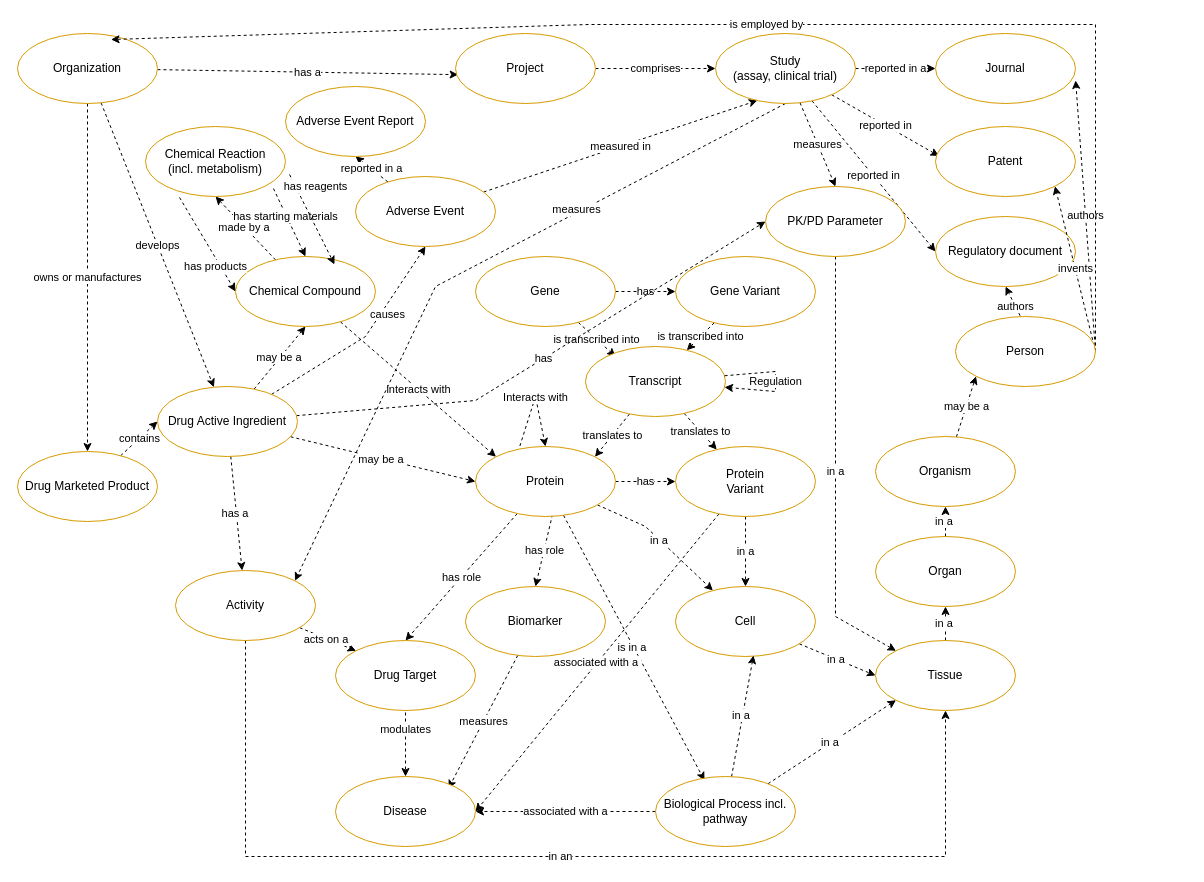
tim-elsevier/demos keeps this draw.io diagram as Entellect Upper Ontology.drawio. Above is the earlier version. Source tidied: cells renumbered, new cells numbered last; positions are measured from the earlier drawing's top-left corner, leaving out a move shared by most shapes. Both pictures are drawn from the tidied source at 100%, with x=0, y=0 at pixel (17, 24).
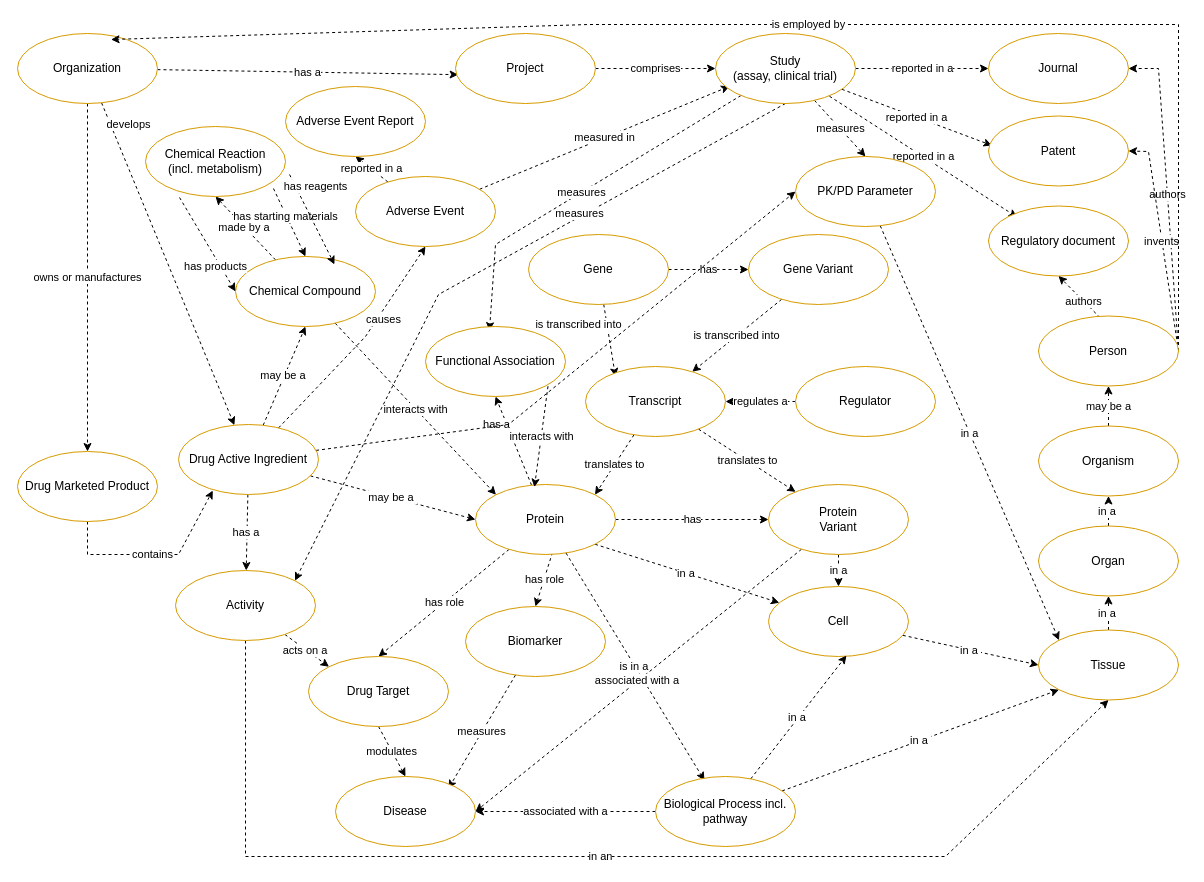
The same diagram, later.

The change refers to these unchanged cells:
```xml
<mxCell id="40" value="Activity" style="ellipse;whiteSpace=wrap;html=1;strokeColor=#D79B00;" parent="1" vertex="1">
  <mxGeometry x="158" y="546" width="140" height="70" as="geometry" />
</mxCell>
<mxCell id="42" value="Drug Marketed Product" style="ellipse;whiteSpace=wrap;html=1;strokeColor=#D79B00;" parent="1" vertex="1">
  <mxGeometry y="427" width="140" height="70" as="geometry" />
</mxCell>
<mxCell id="46" value="Organization" style="ellipse;whiteSpace=wrap;html=1;strokeColor=#D79B00;" parent="1" vertex="1">
  <mxGeometry y="9" width="140" height="70" as="geometry" />
</mxCell>
<mxCell id="48" value="Disease" style="ellipse;whiteSpace=wrap;html=1;strokeColor=#D79B00;" parent="1" vertex="1">
  <mxGeometry x="318" y="752" width="140" height="70" as="geometry" />
</mxCell>
<mxCell id="51" value="Adverse Event" style="ellipse;whiteSpace=wrap;html=1;strokeColor=#D79B00;" parent="1" vertex="1">
  <mxGeometry x="338" y="152" width="140" height="70" as="geometry" />
</mxCell>
<mxCell id="67" value="Study&lt;br&gt;(assay, clinical trial)" style="ellipse;whiteSpace=wrap;html=1;strokeColor=#D79B00;" parent="1" vertex="1">
  <mxGeometry x="698" y="9" width="140" height="70" as="geometry" />
</mxCell>
```

Change to the diagram source:
```diff
@@
-    <mxCell id="2" value="has" style="edgeStyle=orthogonalEdgeStyle;rounded=0;jettySize=auto;html=1;entryX=0;entryY=0.5;entryDx=0;entryDy=0;dashed=1;" parent="1" edge="1" source="7" target="13">
+    <mxCell id="2" value="has" style="edgeStyle=orthogonalEdgeStyle;rounded=0;jettySize=auto;html=1;entryX=0;entryY=0.5;entryDx=0;entryDy=0;dashed=1;exitX=1;exitY=0.5;exitDx=0;exitDy=0;" parent="1" edge="1" source="7" target="13">
       <mxGeometry relative="1" as="geometry">
         <Array as="points">
-          <mxPoint x="628" y="457" />
-          <mxPoint x="628" y="457" />
+          <mxPoint x="671" y="495" />
+          <mxPoint x="671" y="495" />
         </Array>
       </mxGeometry>
     </mxCell>
@@
-    <mxCell id="5" value="in a&amp;nbsp;" style="edgeStyle=none;rounded=0;jettySize=auto;html=1;dashed=1;" parent="1" edge="1" source="7" target="31">
-      <mxGeometry relative="1" as="geometry">
-        <Array as="points">
-          <mxPoint x="628" y="502" />
-        </Array>
-      </mxGeometry>
+    <mxCell id="5" value="in a&amp;nbsp;" style="edgeStyle=none;rounded=0;jettySize=auto;html=1;dashed=1;exitX=1;exitY=1;exitDx=0;exitDy=0;" parent="1" edge="1" source="7" target="31">
+      <mxGeometry relative="1" as="geometry" />
     </mxCell>
@@
+    <mxCell id="84" value="has a" style="edgeStyle=none;rounded=0;jettySize=auto;html=1;entryX=0.5;entryY=1;entryDx=0;entryDy=0;dashed=1;strokeColor=#000000;" parent="1" edge="1" source="7" target="87">
+      <mxGeometry x="0.46" y="11" relative="1" as="geometry">
+        <mxPoint x="1" as="offset" />
+      </mxGeometry>
+    </mxCell>
     <mxCell id="7" value="Protein" style="ellipse;whiteSpace=wrap;html=1;strokeColor=#D79B00;" parent="1" vertex="1">
-      <mxGeometry x="458" y="422" width="140" height="70" as="geometry" />
+      <mxGeometry x="458" y="460" width="140" height="70" as="geometry" />
     </mxCell>
@@
     <mxCell id="9" value="is transcribed into" style="edgeStyle=none;rounded=0;jettySize=auto;html=1;entryX=0.214;entryY=0.143;entryDx=0;entryDy=0;entryPerimeter=0;dashed=1;" parent="1" edge="1" source="10" target="80">
-      <mxGeometry relative="1" as="geometry" />
+      <mxGeometry x="-0.57" y="-28" relative="1" as="geometry" />
     </mxCell>
     <mxCell id="10" value="Gene" style="ellipse;whiteSpace=wrap;html=1;strokeColor=#D79B00;" parent="1" vertex="1">
-      <mxGeometry x="458" y="232" width="140" height="70" as="geometry" />
+      <mxGeometry x="511" y="210" width="140" height="70" as="geometry" />
     </mxCell>
@@
     <mxCell id="13" value="Protein&lt;br&gt;Variant" style="ellipse;whiteSpace=wrap;html=1;strokeColor=#D79B00;" parent="1" vertex="1">
-      <mxGeometry x="658" y="422" width="140" height="70" as="geometry" />
+      <mxGeometry x="751" y="460" width="140" height="70" as="geometry" />
     </mxCell>
@@
     <mxCell id="15" value="Gene Variant" style="ellipse;whiteSpace=wrap;html=1;strokeColor=#D79B00;" parent="1" vertex="1">
-      <mxGeometry x="658" y="232" width="140" height="70" as="geometry" />
+      <mxGeometry x="731" y="210" width="140" height="70" as="geometry" />
     </mxCell>
     <mxCell id="16" value="modulates" style="edgeStyle=none;rounded=0;jettySize=auto;html=1;exitX=0.5;exitY=1;exitDx=0;exitDy=0;entryX=0.5;entryY=0;entryDx=0;entryDy=0;dashed=1;" parent="1" edge="1" source="17" target="48">
-      <mxGeometry relative="1" as="geometry">
-        <Array as="points">
-          <mxPoint x="388" y="672" />
-        </Array>
-      </mxGeometry>
+      <mxGeometry relative="1" as="geometry" />
     </mxCell>
     <mxCell id="17" value="Drug Target" style="ellipse;whiteSpace=wrap;html=1;strokeColor=#D79B00;" parent="1" vertex="1">
-      <mxGeometry x="318" y="616" width="140" height="70" as="geometry" />
+      <mxGeometry x="291" y="632" width="140" height="70" as="geometry" />
     </mxCell>
@@
     <mxCell id="19" value="Biomarker" style="ellipse;whiteSpace=wrap;html=1;strokeColor=#D79B00;" parent="1" vertex="1">
-      <mxGeometry x="448" y="562" width="140" height="70" as="geometry" />
+      <mxGeometry x="448" y="582" width="140" height="70" as="geometry" />
     </mxCell>
@@
-    <mxCell id="25" value="has" style="edgeStyle=none;rounded=0;jettySize=auto;html=1;entryX=0;entryY=0.5;entryDx=0;entryDy=0;dashed=1;" parent="1" edge="1" source="26" target="69">
-      <mxGeometry relative="1" as="geometry">
+    <mxCell id="25" style="edgeStyle=none;rounded=0;jettySize=auto;html=1;entryX=0;entryY=0.5;entryDx=0;entryDy=0;dashed=1;" parent="1" edge="1" source="26" target="69">
+      <mxGeometry x="-0.71" y="-5" relative="1" as="geometry">
         <Array as="points">
-          <mxPoint x="458" y="376" />
+          <mxPoint x="491" y="400" />
         </Array>
       </mxGeometry>
     </mxCell>
     <mxCell id="26" value="Drug Active Ingredient" style="ellipse;whiteSpace=wrap;html=1;strokeColor=#D79B00;" parent="1" vertex="1">
-      <mxGeometry x="140" y="362" width="140" height="70" as="geometry" />
+      <mxGeometry x="161" y="400" width="140" height="70" as="geometry" />
     </mxCell>
@@
     <mxCell id="31" value="Cell" style="ellipse;whiteSpace=wrap;html=1;strokeColor=#D79B00;" parent="1" vertex="1">
-      <mxGeometry x="658" y="562" width="140" height="70" as="geometry" />
+      <mxGeometry x="751" y="562" width="140" height="70" as="geometry" />
     </mxCell>
@@
     <mxCell id="33" value="Tissue" style="ellipse;whiteSpace=wrap;html=1;strokeColor=#D79B00;" parent="1" vertex="1">
-      <mxGeometry x="858" y="616" width="140" height="70" as="geometry" />
+      <mxGeometry x="1021" y="605.5" width="140" height="70" as="geometry" />
     </mxCell>
@@
     <mxCell id="35" value="Organ" style="ellipse;whiteSpace=wrap;html=1;strokeColor=#D79B00;" parent="1" vertex="1">
-      <mxGeometry x="858" y="512" width="140" height="70" as="geometry" />
+      <mxGeometry x="1021" y="501.5" width="140" height="70" as="geometry" />
     </mxCell>
-    <mxCell id="36" value="may be a" style="edgeStyle=none;rounded=0;jettySize=auto;html=1;entryX=0;entryY=1;entryDx=0;entryDy=0;dashed=1;strokeColor=#000000;" parent="1" edge="1" source="37" target="77">
+    <mxCell id="36" value="may be a" style="edgeStyle=none;rounded=0;jettySize=auto;html=1;dashed=1;strokeColor=#000000;exitX=0.5;exitY=0;exitDx=0;exitDy=0;" parent="1" edge="1" source="37" target="77">
       <mxGeometry relative="1" as="geometry" />
     </mxCell>
     <mxCell id="37" value="Organism" style="ellipse;whiteSpace=wrap;html=1;strokeColor=#D79B00;" parent="1" vertex="1">
-      <mxGeometry x="858" y="412" width="140" height="70" as="geometry" />
+      <mxGeometry x="1021" y="401.5" width="140" height="70" as="geometry" />
     </mxCell>
@@
-    <mxCell id="41" value="contains" style="edgeStyle=none;rounded=0;jettySize=auto;html=1;entryX=0;entryY=0.5;entryDx=0;entryDy=0;dashed=1;" parent="1" edge="1" source="42" target="26">
-      <mxGeometry relative="1" as="geometry" />
+    <mxCell id="41" value="contains" style="edgeStyle=none;rounded=0;jettySize=auto;html=1;entryX=0.245;entryY=0.943;entryDx=0;entryDy=0;dashed=1;exitX=0.5;exitY=1;exitDx=0;exitDy=0;entryPerimeter=0;" parent="1" edge="1" source="42" target="26">
+      <mxGeometry relative="1" as="geometry">
+        <Array as="points">
+          <mxPoint x="70" y="530" />
+          <mxPoint x="161" y="530" />
+        </Array>
+      </mxGeometry>
     </mxCell>
@@
     <mxCell id="44" value="develops" style="edgeStyle=none;rounded=0;jettySize=auto;html=1;dashed=1;" parent="1" edge="1" source="46" target="26">
-      <mxGeometry relative="1" as="geometry" />
+      <mxGeometry x="-0.83" y="17" relative="1" as="geometry" />
     </mxCell>
@@
-    <mxCell id="50" value="measured in" style="edgeStyle=none;rounded=0;jettySize=auto;html=1;entryX=0.299;entryY=0.957;entryDx=0;entryDy=0;dashed=1;entryPerimeter=0;" parent="1" edge="1" source="51" target="67">
+    <mxCell id="50" value="measured in" style="edgeStyle=none;rounded=0;jettySize=auto;html=1;entryX=0.1;entryY=0.755;entryDx=0;entryDy=0;dashed=1;entryPerimeter=0;" parent="1" edge="1" source="51" target="67">
       <mxGeometry relative="1" as="geometry" />
     </mxCell>
@@
-    <mxCell id="61" value="Interacts with" style="edgeStyle=none;rounded=0;orthogonalLoop=1;jettySize=auto;html=1;entryX=0.5;entryY=0;entryDx=0;entryDy=0;dashed=1;exitX=0.317;exitY=-0.007;exitDx=0;exitDy=0;exitPerimeter=0;" parent="1" edge="1" source="7" target="7">
-      <mxGeometry relative="1" as="geometry">
-        <Array as="points">
-          <mxPoint x="518" y="372" />
-        </Array>
-      </mxGeometry>
-    </mxCell>
     <mxCell id="62" value="measures" style="edgeStyle=none;rounded=0;jettySize=auto;html=1;entryX=1;entryY=0;entryDx=0;entryDy=0;dashed=1;exitX=0.5;exitY=1;exitDx=0;exitDy=0;" parent="1" edge="1" source="67" target="40">
       <mxGeometry x="-0.35" y="-4" relative="1" as="geometry">
         <Array as="points">
-          <mxPoint x="418" y="262" />
+          <mxPoint x="421" y="270" />
         </Array>
         <mxPoint y="1" as="offset" />
       </mxGeometry>
     </mxCell>
@@
-    <mxCell id="65" value="reported in" style="edgeStyle=none;rounded=0;jettySize=auto;html=1;entryX=0.025;entryY=0.421;entryDx=0;entryDy=0;entryPerimeter=0;dashed=1;" parent="1" edge="1" source="67" target="71">
+    <mxCell id="65" value="reported in a" style="edgeStyle=none;rounded=0;jettySize=auto;html=1;entryX=0.025;entryY=0.421;entryDx=0;entryDy=0;entryPerimeter=0;dashed=1;" parent="1" edge="1" source="67" target="71">
       <mxGeometry relative="1" as="geometry" />
     </mxCell>
-    <mxCell id="66" value="reported in" style="edgeStyle=none;rounded=0;jettySize=auto;html=1;entryX=0;entryY=0.5;entryDx=0;entryDy=0;dashed=1;" parent="1" edge="1" source="67" target="72">
-      <mxGeometry relative="1" as="geometry" />
+    <mxCell id="66" value="reported in a" style="edgeStyle=none;rounded=0;orthogonalLoop=1;jettySize=auto;html=1;entryX=0.198;entryY=0.16;entryDx=0;entryDy=0;dashed=1;entryPerimeter=0;" parent="1" edge="1">
+      <mxGeometry relative="1" as="geometry">
+        <mxPoint x="811.9" y="71.7" as="sourcePoint" />
+        <mxPoint x="999.7" y="192.7" as="targetPoint" />
+      </mxGeometry>
     </mxCell>
+    <mxCell id="85" value="measures" style="edgeStyle=none;rounded=0;jettySize=auto;html=1;entryX=0.457;entryY=0.06;entryDx=0;entryDy=0;entryPerimeter=0;dashed=1;strokeColor=#000000;" parent="1" edge="1" source="67" target="87">
+      <mxGeometry relative="1" as="geometry">
+        <Array as="points">
+          <mxPoint x="478" y="220" />
+        </Array>
+      </mxGeometry>
+    </mxCell>
@@
     <mxCell id="68" value="in a" style="edgeStyle=none;rounded=0;jettySize=auto;html=1;entryX=0;entryY=0;entryDx=0;entryDy=0;dashed=1;" parent="1" edge="1" source="69" target="33">
-      <mxGeometry relative="1" as="geometry">
-        <Array as="points">
-          <mxPoint x="818" y="592" />
-        </Array>
-      </mxGeometry>
+      <mxGeometry relative="1" as="geometry" />
     </mxCell>
     <mxCell id="69" value="PK/PD Parameter" style="ellipse;whiteSpace=wrap;html=1;strokeColor=#D79B00;" parent="1" vertex="1">
-      <mxGeometry x="748" y="162" width="140" height="70" as="geometry" />
+      <mxGeometry x="778" y="132" width="140" height="70" as="geometry" />
     </mxCell>
     <mxCell id="70" value="Journal" style="ellipse;whiteSpace=wrap;html=1;strokeColor=#D79B00;" parent="1" vertex="1">
-      <mxGeometry x="918" y="9" width="140" height="70" as="geometry" />
+      <mxGeometry x="971" y="9" width="140" height="70" as="geometry" />
     </mxCell>
     <mxCell id="71" value="Patent" style="ellipse;whiteSpace=wrap;html=1;strokeColor=#D79B00;" parent="1" vertex="1">
-      <mxGeometry x="918" y="102" width="140" height="70" as="geometry" />
+      <mxGeometry x="971" y="91.5" width="140" height="70" as="geometry" />
     </mxCell>
     <mxCell id="72" value="Regulatory document" style="ellipse;whiteSpace=wrap;html=1;strokeColor=#D79B00;" parent="1" vertex="1">
-      <mxGeometry x="918" y="192" width="140" height="70" as="geometry" />
+      <mxGeometry x="971" y="181.5" width="140" height="70" as="geometry" />
     </mxCell>
-    <mxCell id="73" value="authors" style="edgeStyle=none;rounded=0;jettySize=auto;html=1;entryX=1.001;entryY=0.671;entryDx=0;entryDy=0;entryPerimeter=0;dashed=1;exitX=1;exitY=0.5;exitDx=0;exitDy=0;" parent="1" edge="1" source="77" target="70">
-      <mxGeometry relative="1" as="geometry" />
+    <mxCell id="73" value="authors" style="edgeStyle=none;rounded=0;jettySize=auto;html=1;entryX=1;entryY=0.5;entryDx=0;entryDy=0;dashed=1;exitX=1;exitY=0.5;exitDx=0;exitDy=0;" parent="1" edge="1" source="77" target="70">
+      <mxGeometry relative="1" as="geometry">
+        <Array as="points">
+          <mxPoint x="1141" y="44" />
+        </Array>
+      </mxGeometry>
     </mxCell>
-    <mxCell id="74" value="invents" style="edgeStyle=none;rounded=0;jettySize=auto;html=1;dashed=1;exitX=1;exitY=0.5;exitDx=0;exitDy=0;entryX=1;entryY=1;entryDx=0;entryDy=0;" parent="1" edge="1" source="77" target="71">
-      <mxGeometry relative="1" as="geometry" />
+    <mxCell id="74" value="invents" style="edgeStyle=none;rounded=0;jettySize=auto;html=1;dashed=1;exitX=1;exitY=0.5;exitDx=0;exitDy=0;entryX=1;entryY=0.5;entryDx=0;entryDy=0;" parent="1" edge="1" source="77" target="71">
+      <mxGeometry relative="1" as="geometry">
+        <Array as="points">
+          <mxPoint x="1131" y="127" />
+        </Array>
+      </mxGeometry>
     </mxCell>
@@
     <mxCell id="76" value="is employed by" style="edgeStyle=none;rounded=0;jettySize=auto;html=1;dashed=1;exitX=1;exitY=0.5;exitDx=0;exitDy=0;entryX=0.668;entryY=0.086;entryDx=0;entryDy=0;entryPerimeter=0;" parent="1" edge="1" source="77" target="46">
       <mxGeometry relative="1" as="geometry">
         <Array as="points">
-          <mxPoint x="1078" />
+          <mxPoint x="1161" />
           <mxPoint x="571" />
         </Array>
       </mxGeometry>
     </mxCell>
     <mxCell id="77" value="Person" style="ellipse;whiteSpace=wrap;html=1;strokeColor=#D79B00;" parent="1" vertex="1">
-      <mxGeometry x="938" y="292" width="140" height="70" as="geometry" />
+      <mxGeometry x="1021" y="291.5" width="140" height="70" as="geometry" />
     </mxCell>
@@
     <mxCell id="80" value="Transcript" style="ellipse;whiteSpace=wrap;html=1;strokeColor=#D79B00;" parent="1" vertex="1">
-      <mxGeometry x="568" y="322" width="140" height="70" as="geometry" />
+      <mxGeometry x="568" y="342" width="140" height="70" as="geometry" />
     </mxCell>
-    <mxCell id="81" value="Regulation" style="edgeStyle=none;rounded=0;orthogonalLoop=1;jettySize=auto;html=1;dashed=1;" parent="1" edge="1" source="80" target="80">
-      <mxGeometry relative="1" as="geometry">
-        <Array as="points">
-          <mxPoint x="758" y="357" />
-        </Array>
-      </mxGeometry>
-    </mxCell>
@@
+    <mxCell id="86" value="interacts with" style="edgeStyle=none;rounded=0;jettySize=auto;html=1;dashed=1;strokeColor=#000000;exitX=1;exitY=1;exitDx=0;exitDy=0;entryX=0.421;entryY=0.038;entryDx=0;entryDy=0;entryPerimeter=0;" parent="1" edge="1" target="7">
+      <mxGeometry relative="1" as="geometry">
+        <mxPoint x="530.5" y="361.7" as="sourcePoint" />
+      </mxGeometry>
+    </mxCell>
+    <mxCell id="87" value="Functional Association" style="ellipse;whiteSpace=wrap;html=1;strokeColor=#D79B00;" parent="1" vertex="1">
+      <mxGeometry x="408" y="302" width="140" height="70" as="geometry" />
+    </mxCell>
+    <mxCell id="88" value="regulates a" style="edgeStyle=none;rounded=0;jettySize=auto;html=1;dashed=1;strokeColor=#000000;" parent="1" edge="1" source="89" target="80">
+      <mxGeometry relative="1" as="geometry" />
+    </mxCell>
+    <mxCell id="89" value="Regulator" style="ellipse;whiteSpace=wrap;html=1;strokeColor=#D79B00;" parent="1" vertex="1">
+      <mxGeometry x="778" y="342" width="140" height="70" as="geometry" />
+    </mxCell>
+    <mxCell id="90" style="edgeStyle=none;rounded=0;orthogonalLoop=1;jettySize=auto;html=1;exitX=0.5;exitY=1;exitDx=0;exitDy=0;dashed=1;strokeColor=#000000;" parent="1" edge="1" source="69" target="69">
+      <mxGeometry relative="1" as="geometry" />
+    </mxCell>
```
